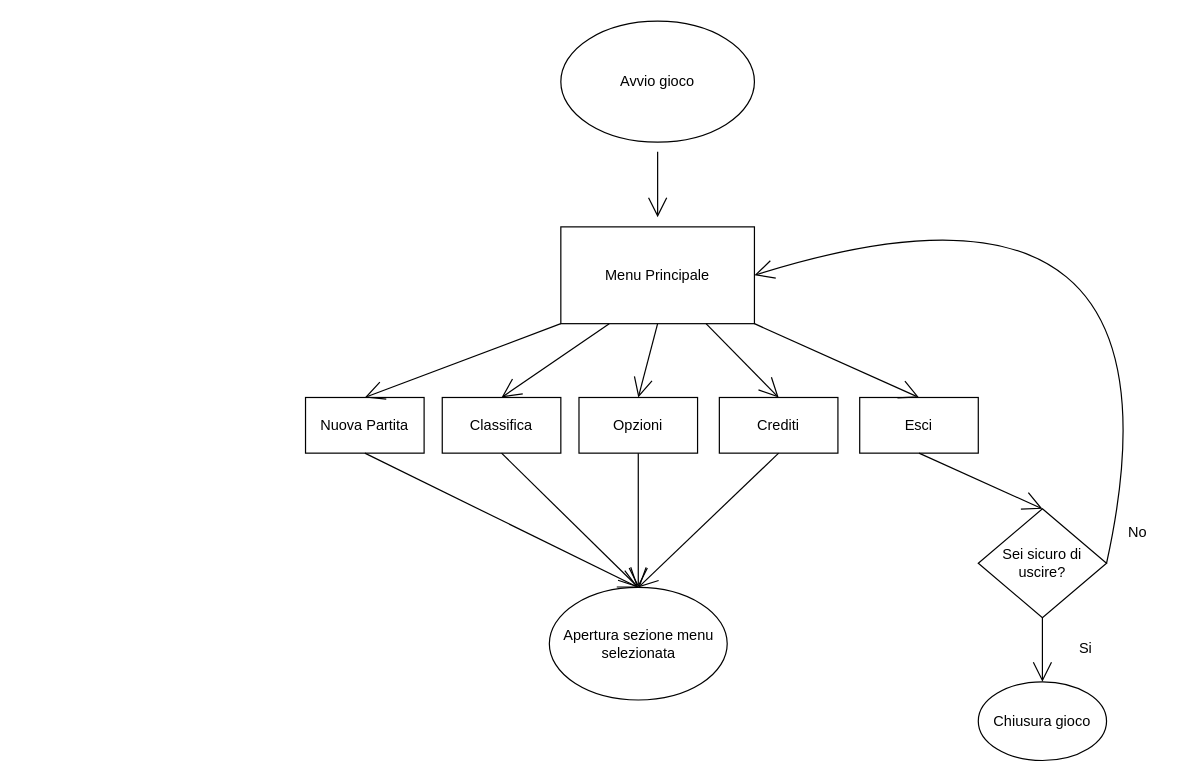
The draw.io diagram doc/Progetti Drawio/MenuPricipaleFlowChart.drawio in zSavT/Healthy-Catering, before the edit. Source tidied: cells renumbered, new cells numbered last; positions are measured from the earlier drawing's top-left corner, leaving out a move shared by most shapes. Both pictures are drawn from the tidied source at 121%, with x=0, y=0 at pixel (305, 21).
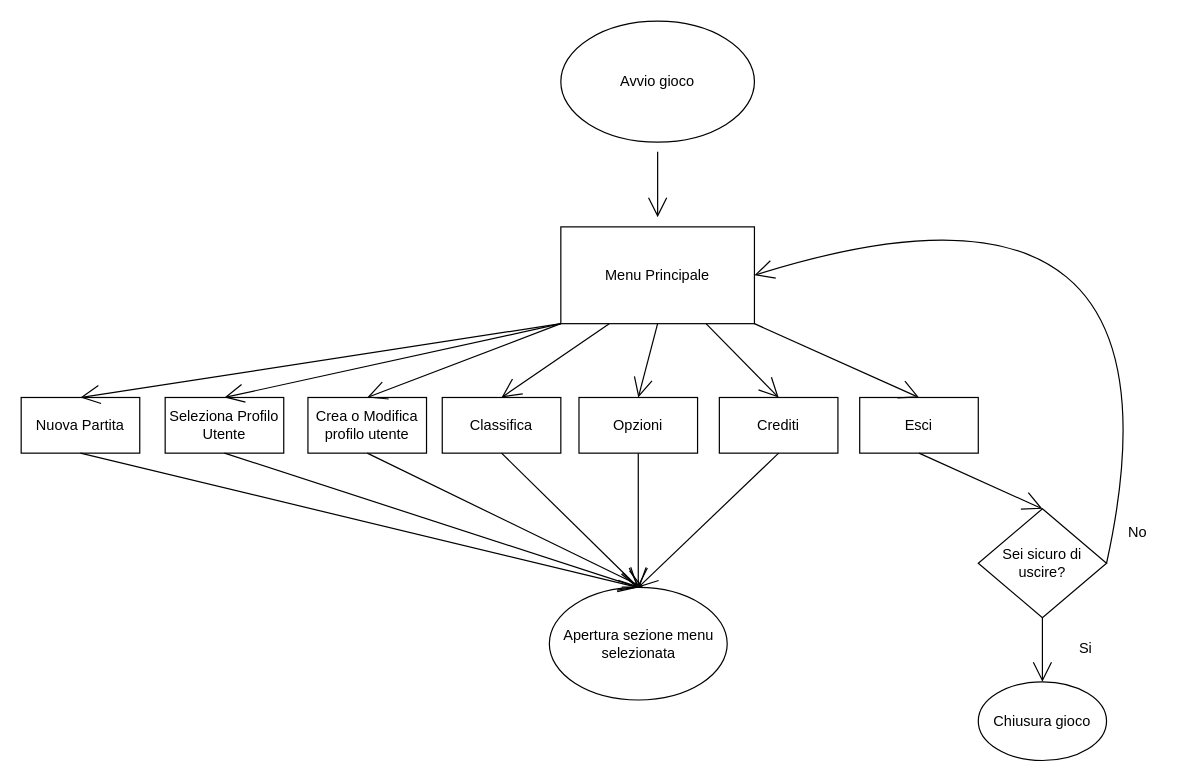
The same page after the edit.

The change refers to these unchanged cells:
```xml
<mxCell id="2" value="Menu Principale" style="rounded=0;whiteSpace=wrap;html=1;hachureGap=4;" parent="1" vertex="1">
  <mxGeometry x="211" y="170" width="160" height="80" as="geometry" />
</mxCell>
<mxCell id="21" value="Apertura sezione menu selezionata" style="ellipse;whiteSpace=wrap;html=1;hachureGap=4;" parent="1" vertex="1">
  <mxGeometry x="201.5" y="468" width="147" height="93" as="geometry" />
</mxCell>
```

Change to the diagram source:
```diff
@@
     <mxCell id="15" value="Nuova Partita" style="rounded=0;whiteSpace=wrap;html=1;hachureGap=4;" parent="1" vertex="1">
-      <mxGeometry y="311" width="98" height="46" as="geometry" />
+      <mxGeometry x="-235" y="311" width="98" height="46" as="geometry" />
     </mxCell>
@@
+    <mxCell id="27" value="Seleziona Profilo Utente" style="rounded=0;whiteSpace=wrap;html=1;hachureGap=4;" parent="1" vertex="1">
+      <mxGeometry x="-116" y="311" width="98" height="46" as="geometry" />
+    </mxCell>
+    <mxCell id="28" value="Crea o Modifica profilo utente" style="rounded=0;whiteSpace=wrap;html=1;hachureGap=4;" parent="1" vertex="1">
+      <mxGeometry x="2" y="311" width="98" height="46" as="geometry" />
+    </mxCell>
+    <mxCell id="29" style="edgeStyle=none;jettySize=auto;html=1;rounded=0;endArrow=open;startSize=14;endSize=14;sourcePerimeterSpacing=8;targetPerimeterSpacing=8;curved=1;exitX=0;exitY=1;exitDx=0;exitDy=0;entryX=0.5;entryY=0;entryDx=0;entryDy=0;" parent="1" edge="1" source="2" target="27">
+      <mxGeometry relative="1" as="geometry" />
+    </mxCell>
+    <mxCell id="30" style="edgeStyle=none;jettySize=auto;html=1;rounded=0;endArrow=open;startSize=14;endSize=14;sourcePerimeterSpacing=8;targetPerimeterSpacing=8;curved=1;exitX=0;exitY=1;exitDx=0;exitDy=0;entryX=0.5;entryY=0;entryDx=0;entryDy=0;" parent="1" edge="1" source="2" target="28">
+      <mxGeometry relative="1" as="geometry" />
+    </mxCell>
+    <mxCell id="31" style="edgeStyle=none;jettySize=auto;html=1;rounded=0;endArrow=open;startSize=14;endSize=14;sourcePerimeterSpacing=8;targetPerimeterSpacing=8;curved=1;exitX=0.5;exitY=1;exitDx=0;exitDy=0;entryX=0.5;entryY=0;entryDx=0;entryDy=0;" parent="1" edge="1" source="27" target="21">
+      <mxGeometry relative="1" as="geometry" />
+    </mxCell>
+    <mxCell id="32" style="edgeStyle=none;jettySize=auto;html=1;rounded=0;endArrow=open;startSize=14;endSize=14;sourcePerimeterSpacing=8;targetPerimeterSpacing=8;curved=1;exitX=0.5;exitY=1;exitDx=0;exitDy=0;" parent="1" edge="1" source="28">
+      <mxGeometry relative="1" as="geometry">
+        <mxPoint x="279" y="468" as="targetPoint" />
+      </mxGeometry>
+    </mxCell>
```
